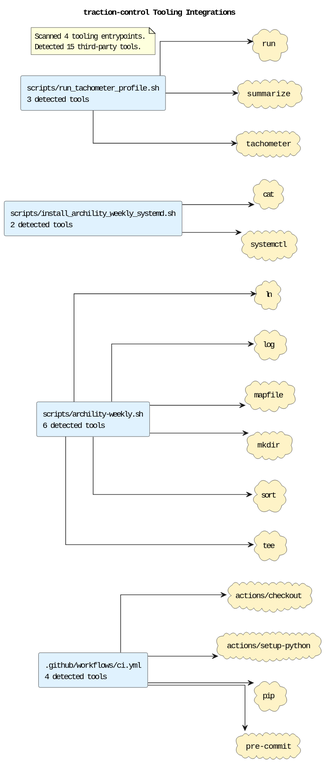
Before: docs/diagrams/tooling-integrations.puml.svg, a diagram exported from PlantUML (casonk/traction-control).
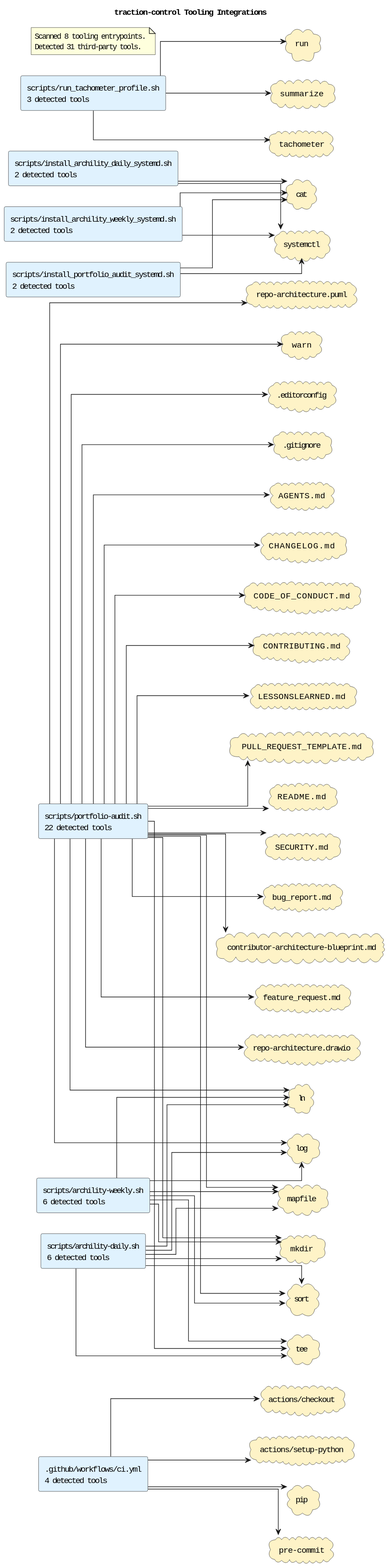
After the commit.

The edit, as a diff of the source:
```diff
@@ -6,41 +6,93 @@
 skinparam componentStyle rectangle
 skinparam linetype ortho
 rectangle ".github/workflows/ci.yml\n4 detected tools" as source_github_workflows_ci_yml #E0F2FE
+rectangle "scripts/archility-daily.sh\n6 detected tools" as source_scripts_archility_daily_sh #E0F2FE
 rectangle "scripts/archility-weekly.sh\n6 detected tools" as source_scripts_archility_weekly_sh #E0F2FE
+rectangle "scripts/install_archility_daily_systemd.sh\n2 detected tools" as source_scripts_install_archility_daily_systemd_sh #E0F2FE
 rectangle "scripts/install_archility_weekly_systemd.sh\n2 detected tools" as source_scripts_install_archility_weekly_systemd_sh #E0F2FE
+rectangle "scripts/install_portfolio_audit_systemd.sh\n2 detected tools" as source_scripts_install_portfolio_audit_systemd_sh #E0F2FE
+rectangle "scripts/portfolio-audit.sh\n22 detected tools" as source_scripts_portfolio_audit_sh #E0F2FE
 rectangle "scripts/run_tachometer_profile.sh\n3 detected tools" as source_scripts_run_tachometer_profile_sh #E0F2FE
+cloud ".editorconfig" as tool_editorconfig #FEF3C7
+cloud ".gitignore" as tool_gitignore #FEF3C7
+cloud "AGENTS.md" as tool_agents_md #FEF3C7
+cloud "CHANGELOG.md" as tool_changelog_md #FEF3C7
+cloud "CODE_OF_CONDUCT.md" as tool_code_of_conduct_md #FEF3C7
+cloud "CONTRIBUTING.md" as tool_contributing_md #FEF3C7
+cloud "LESSONSLEARNED.md" as tool_lessonslearned_md #FEF3C7
+cloud "PULL_REQUEST_TEMPLATE.md" as tool_pull_request_template_md #FEF3C7
+cloud "README.md" as tool_readme_md #FEF3C7
+cloud "SECURITY.md" as tool_security_md #FEF3C7
 cloud "actions/checkout" as tool_actions_checkout #FEF3C7
 cloud "actions/setup-python" as tool_actions_setup_python #FEF3C7
+cloud "bug_report.md" as tool_bug_report_md #FEF3C7
 cloud "cat" as tool_cat #FEF3C7
+cloud "contributor-architecture-blueprint.md" as tool_contributor_architecture_blueprint_md #FEF3C7
+cloud "feature_request.md" as tool_feature_request_md #FEF3C7
 cloud "ln" as tool_ln #FEF3C7
 cloud "log" as tool_log #FEF3C7
 cloud "mapfile" as tool_mapfile #FEF3C7
 cloud "mkdir" as tool_mkdir #FEF3C7
 cloud "pip" as tool_pip #FEF3C7
 cloud "pre-commit" as tool_pre_commit #FEF3C7
+cloud "repo-architecture.drawio" as tool_repo_architecture_drawio #FEF3C7
+cloud "repo-architecture.puml" as tool_repo_architecture_puml #FEF3C7
 cloud "run" as tool_run #FEF3C7
 cloud "sort" as tool_sort #FEF3C7
 cloud "summarize" as tool_summarize #FEF3C7
 cloud "systemctl" as tool_systemctl #FEF3C7
 cloud "tachometer" as tool_tachometer #FEF3C7
 cloud "tee" as tool_tee #FEF3C7
+cloud "warn" as tool_warn #FEF3C7
 source_github_workflows_ci_yml --> tool_actions_checkout
 source_github_workflows_ci_yml --> tool_actions_setup_python
 source_github_workflows_ci_yml --> tool_pip
 source_github_workflows_ci_yml --> tool_pre_commit
+source_scripts_archility_daily_sh --> tool_ln
+source_scripts_archility_daily_sh --> tool_log
+source_scripts_archility_daily_sh --> tool_mapfile
+source_scripts_archility_daily_sh --> tool_mkdir
+source_scripts_archility_daily_sh --> tool_sort
+source_scripts_archility_daily_sh --> tool_tee
 source_scripts_archility_weekly_sh --> tool_ln
 source_scripts_archility_weekly_sh --> tool_log
 source_scripts_archility_weekly_sh --> tool_mapfile
 source_scripts_archility_weekly_sh --> tool_mkdir
 source_scripts_archility_weekly_sh --> tool_sort
 source_scripts_archility_weekly_sh --> tool_tee
+source_scripts_install_archility_daily_systemd_sh --> tool_cat
+source_scripts_install_archility_daily_systemd_sh --> tool_systemctl
 source_scripts_install_archility_weekly_systemd_sh --> tool_cat
 source_scripts_install_archility_weekly_systemd_sh --> tool_systemctl
+source_scripts_install_portfolio_audit_systemd_sh --> tool_cat
+source_scripts_install_portfolio_audit_systemd_sh --> tool_systemctl
+source_scripts_portfolio_audit_sh --> tool_editorconfig
+source_scripts_portfolio_audit_sh --> tool_gitignore
+source_scripts_portfolio_audit_sh --> tool_agents_md
+source_scripts_portfolio_audit_sh --> tool_changelog_md
+source_scripts_portfolio_audit_sh --> tool_code_of_conduct_md
+source_scripts_portfolio_audit_sh --> tool_contributing_md
+source_scripts_portfolio_audit_sh --> tool_lessonslearned_md
+source_scripts_portfolio_audit_sh --> tool_pull_request_template_md
+source_scripts_portfolio_audit_sh --> tool_readme_md
+source_scripts_portfolio_audit_sh --> tool_security_md
+source_scripts_portfolio_audit_sh --> tool_bug_report_md
+source_scripts_portfolio_audit_sh --> tool_contributor_architecture_blueprint_md
+source_scripts_portfolio_audit_sh --> tool_feature_request_md
+source_scripts_portfolio_audit_sh --> tool_ln
+source_scripts_portfolio_audit_sh --> tool_log
+source_scripts_portfolio_audit_sh --> tool_mapfile
+source_scripts_portfolio_audit_sh --> tool_mkdir
+source_scripts_portfolio_audit_sh --> tool_repo_architecture_drawio
+source_scripts_portfolio_audit_sh --> tool_repo_architecture_puml
+source_scripts_portfolio_audit_sh --> tool_sort
+source_scripts_portfolio_audit_sh --> tool_tee
+source_scripts_portfolio_audit_sh --> tool_warn
 source_scripts_run_tachometer_profile_sh --> tool_run
 source_scripts_run_tachometer_profile_sh --> tool_summarize
 source_scripts_run_tachometer_profile_sh --> tool_tachometer
 note as toolingGraphSummary
-Scanned 4 tooling entrypoints.
-Detected 15 third-party tools.
+Scanned 8 tooling entrypoints.
+Detected 31 third-party tools.
 end note
 @enduml
```
